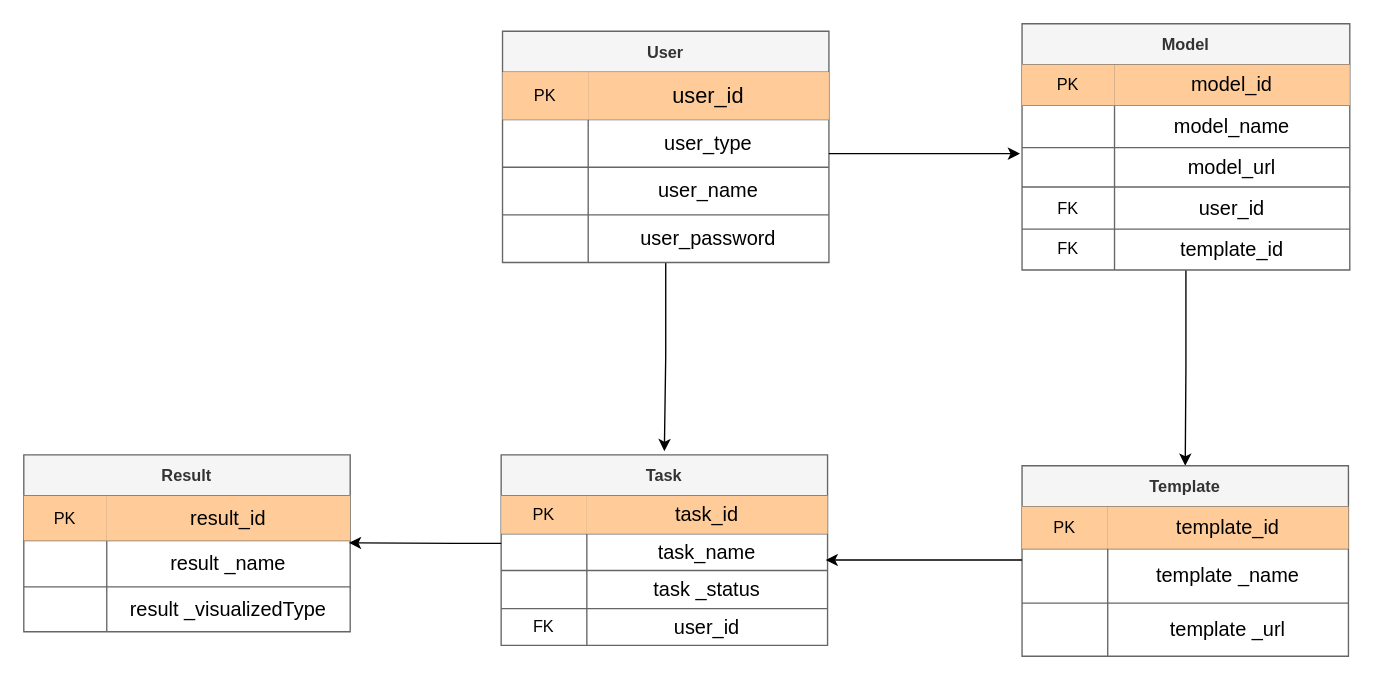
Before: table.drawio in liujing-maker/IDEA, a draw.io diagram. Source tidied: cells renumbered, new cells numbered last; positions are measured from the earlier drawing's top-left corner, leaving out a move shared by most shapes. Both pictures are drawn from the tidied source at 136%, with x=0, y=0 at pixel (23, 23).
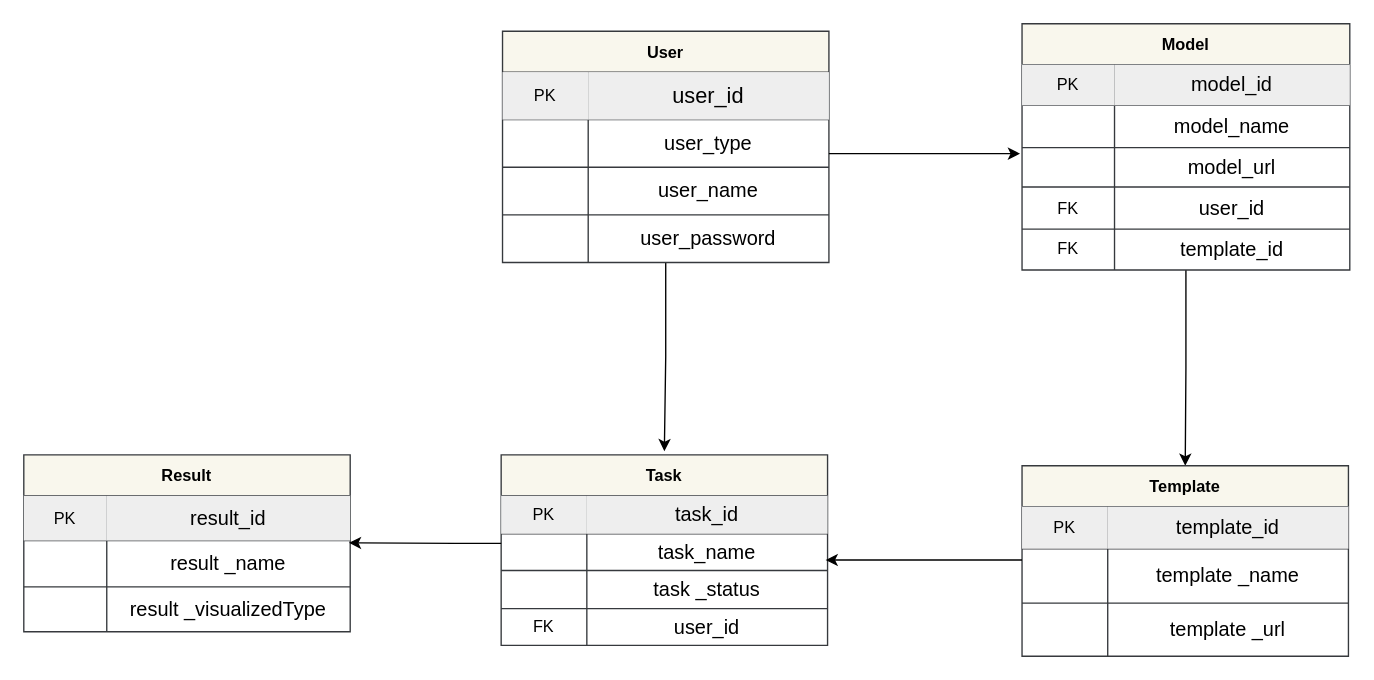
The same diagram, later.

The change refers to these unchanged cells:
```xml
<mxCell id="4" style="shape=tableRow;horizontal=0;startSize=0;swimlaneHead=0;swimlaneBody=0;strokeColor=inherit;top=0;left=0;bottom=0;right=0;fillColor=none;" parent="3" vertex="1">
  <mxGeometry y="30" width="240" height="35" as="geometry" />
</mxCell>
<mxCell id="18" style="shape=tableRow;horizontal=0;startSize=0;swimlaneHead=0;swimlaneBody=0;strokeColor=inherit;top=0;left=0;bottom=0;right=0;fillColor=none;" parent="17" vertex="1">
  <mxGeometry y="30" width="241" height="30" as="geometry" />
</mxCell>
<mxCell id="34" style="shape=tableRow;horizontal=0;startSize=0;swimlaneHead=0;swimlaneBody=0;strokeColor=inherit;top=0;left=0;bottom=0;right=0;fillColor=none;" parent="33" vertex="1">
  <mxGeometry y="30" width="240" height="28" as="geometry" />
</mxCell>
<mxCell id="47" style="shape=tableRow;horizontal=0;startSize=0;swimlaneHead=0;swimlaneBody=0;strokeColor=inherit;top=0;left=0;bottom=0;right=0;fillColor=none;" parent="46" vertex="1">
  <mxGeometry y="30" width="240" height="31" as="geometry" />
</mxCell>
<mxCell id="57" style="shape=tableRow;horizontal=0;startSize=0;swimlaneHead=0;swimlaneBody=0;strokeColor=inherit;top=0;left=0;bottom=0;right=0;fillColor=none;" parent="56" vertex="1">
  <mxGeometry y="30" width="240" height="33" as="geometry" />
</mxCell>
```

Change to the diagram source:
```diff
@@
-    <mxCell id="3" value="User" style="shape=table;startSize=30;childLayout=tableLayout;fontStyle=1;fillColor=#f5f5f5;fontColor=#333333;strokeColor=#666666;" parent="1" vertex="1">
+    <mxCell id="3" value="User" style="shape=table;startSize=30;childLayout=tableLayout;fontStyle=1;fillColor=#f9f7ed;strokeColor=#36393d;" parent="1" vertex="1">
       <mxGeometry x="352" y="5.5" width="240" height="170" as="geometry" />
     </mxCell>
@@
-    <mxCell id="5" value="PK" style="shape=partialRectangle;html=1;whiteSpace=wrap;strokeColor=#36393d;overflow=hidden;fillColor=#ffcc99;top=0;left=0;bottom=0;right=0;" parent="4" vertex="1">
+    <mxCell id="5" value="PK" style="shape=partialRectangle;html=1;whiteSpace=wrap;strokeColor=#36393d;overflow=hidden;fillColor=#eeeeee;top=0;left=0;bottom=0;right=0;" parent="4" vertex="1">
       <mxGeometry width="63" height="35" as="geometry" />
     </mxCell>
-    <mxCell id="6" value="&lt;span style=&quot;font-size:12.0pt;mso-bidi-font-size:&lt;br/&gt;10.5pt;font-family:宋体;mso-bidi-font-family:&amp;quot;Times New Roman&amp;quot;;mso-bidi-theme-font:&lt;br/&gt;minor-bidi;mso-ansi-language:EN-US;mso-fareast-language:ZH-CN;mso-bidi-language:&lt;br/&gt;AR-SA&quot; lang=&quot;EN-US&quot;&gt;user_id&lt;/span&gt;" style="shape=partialRectangle;html=1;whiteSpace=wrap;strokeColor=#36393d;overflow=hidden;fillColor=#ffcc99;top=0;left=0;bottom=0;right=0;" parent="4" vertex="1">
+    <mxCell id="6" value="&lt;span style=&quot;font-size:12.0pt;mso-bidi-font-size:&lt;br/&gt;10.5pt;font-family:宋体;mso-bidi-font-family:&amp;quot;Times New Roman&amp;quot;;mso-bidi-theme-font:&lt;br/&gt;minor-bidi;mso-ansi-language:EN-US;mso-fareast-language:ZH-CN;mso-bidi-language:&lt;br/&gt;AR-SA&quot; lang=&quot;EN-US&quot;&gt;user_id&lt;/span&gt;" style="shape=partialRectangle;html=1;whiteSpace=wrap;strokeColor=#36393d;overflow=hidden;fillColor=#eeeeee;top=0;left=0;bottom=0;right=0;" parent="4" vertex="1">
       <mxGeometry x="63" width="177" height="35" as="geometry" />
     </mxCell>
@@
-    <mxCell id="17" value="Model" style="shape=table;startSize=30;childLayout=tableLayout;fontStyle=1;fillColor=#f5f5f5;fontColor=#333333;strokeColor=#666666;" parent="1" vertex="1">
+    <mxCell id="17" value="Model" style="shape=table;startSize=30;childLayout=tableLayout;fontStyle=1;fillColor=#f9f7ed;strokeColor=#36393d;" parent="1" vertex="1">
       <mxGeometry x="734" width="241" height="181" as="geometry" />
     </mxCell>
@@
-    <mxCell id="19" value="PK" style="shape=partialRectangle;html=1;whiteSpace=wrap;strokeColor=#36393d;overflow=hidden;fillColor=#ffcc99;top=0;left=0;bottom=0;right=0;" parent="18" vertex="1">
+    <mxCell id="19" value="PK" style="shape=partialRectangle;html=1;whiteSpace=wrap;strokeColor=#36393d;overflow=hidden;fillColor=#eeeeee;top=0;left=0;bottom=0;right=0;" parent="18" vertex="1">
       <mxGeometry width="68" height="30" as="geometry" />
     </mxCell>
-    <mxCell id="20" value="&lt;span style=&quot;font-size: 14.6667px;&quot;&gt;model_id&lt;/span&gt;" style="shape=partialRectangle;html=1;whiteSpace=wrap;strokeColor=#36393d;overflow=hidden;fillColor=#ffcc99;top=0;left=0;bottom=0;right=0;" parent="18" vertex="1">
+    <mxCell id="20" value="&lt;span style=&quot;font-size: 14.6667px;&quot;&gt;model_id&lt;/span&gt;" style="shape=partialRectangle;html=1;whiteSpace=wrap;strokeColor=#36393d;overflow=hidden;fillColor=#eeeeee;top=0;left=0;bottom=0;right=0;" parent="18" vertex="1">
       <mxGeometry x="68" width="173" height="30" as="geometry" />
     </mxCell>
@@
-    <mxCell id="33" value="Task" style="shape=table;startSize=30;childLayout=tableLayout;fontStyle=1;fillColor=#f5f5f5;fontColor=#333333;strokeColor=#666666;" parent="1" vertex="1">
+    <mxCell id="33" value="Task" style="shape=table;startSize=30;childLayout=tableLayout;fontStyle=1;fillColor=#f9f7ed;strokeColor=#36393d;" parent="1" vertex="1">
       <mxGeometry x="351" y="317" width="240" height="140" as="geometry" />
     </mxCell>
@@
-    <mxCell id="35" value="PK" style="shape=partialRectangle;html=1;whiteSpace=wrap;strokeColor=#36393d;overflow=hidden;fillColor=#ffcc99;top=0;left=0;bottom=0;right=0;" parent="34" vertex="1">
+    <mxCell id="35" value="PK" style="shape=partialRectangle;html=1;whiteSpace=wrap;strokeColor=#36393d;overflow=hidden;fillColor=#eeeeee;top=0;left=0;bottom=0;right=0;" parent="34" vertex="1">
       <mxGeometry width="63" height="28" as="geometry" />
     </mxCell>
-    <mxCell id="36" value="&lt;span style=&quot;font-size: 11pt; font-family: 等线;&quot; lang=&quot;EN-US&quot;&gt;task_id&lt;/span&gt;" style="shape=partialRectangle;html=1;whiteSpace=wrap;strokeColor=#36393d;overflow=hidden;fillColor=#ffcc99;top=0;left=0;bottom=0;right=0;" parent="34" vertex="1">
+    <mxCell id="36" value="&lt;span style=&quot;font-size: 11pt; font-family: 等线;&quot; lang=&quot;EN-US&quot;&gt;task_id&lt;/span&gt;" style="shape=partialRectangle;html=1;whiteSpace=wrap;strokeColor=#36393d;overflow=hidden;fillColor=#eeeeee;top=0;left=0;bottom=0;right=0;" parent="34" vertex="1">
       <mxGeometry x="63" width="177" height="28" as="geometry" />
     </mxCell>
@@
-    <mxCell id="46" value="Template" style="shape=table;startSize=30;childLayout=tableLayout;fontStyle=1;labelBackgroundColor=none;fillColor=#f5f5f5;fontColor=#333333;strokeColor=#666666;" parent="1" vertex="1">
+    <mxCell id="46" value="Template" style="shape=table;startSize=30;childLayout=tableLayout;fontStyle=1;labelBackgroundColor=none;fillColor=#f9f7ed;strokeColor=#36393d;" parent="1" vertex="1">
       <mxGeometry x="734" y="325" width="240" height="140" as="geometry" />
     </mxCell>
@@
-    <mxCell id="48" value="PK" style="shape=partialRectangle;html=1;whiteSpace=wrap;strokeColor=#36393d;overflow=hidden;fillColor=#ffcc99;top=0;left=0;bottom=0;right=0;" parent="47" vertex="1">
+    <mxCell id="48" value="PK" style="shape=partialRectangle;html=1;whiteSpace=wrap;strokeColor=#36393d;overflow=hidden;fillColor=#eeeeee;top=0;left=0;bottom=0;right=0;" parent="47" vertex="1">
       <mxGeometry width="63" height="31" as="geometry" />
     </mxCell>
-    <mxCell id="49" value="&lt;span style=&quot;font-size: 11pt; font-family: 等线;&quot; lang=&quot;EN-US&quot;&gt;template_id&lt;/span&gt;" style="shape=partialRectangle;html=1;whiteSpace=wrap;strokeColor=#36393d;overflow=hidden;fillColor=#ffcc99;top=0;left=0;bottom=0;right=0;" parent="47" vertex="1">
+    <mxCell id="49" value="&lt;span style=&quot;font-size: 11pt; font-family: 等线;&quot; lang=&quot;EN-US&quot;&gt;template_id&lt;/span&gt;" style="shape=partialRectangle;html=1;whiteSpace=wrap;strokeColor=#36393d;overflow=hidden;fillColor=#eeeeee;top=0;left=0;bottom=0;right=0;" parent="47" vertex="1">
       <mxGeometry x="63" width="177" height="31" as="geometry" />
     </mxCell>
@@
-    <mxCell id="56" value="Result" style="shape=table;startSize=30;childLayout=tableLayout;fontStyle=1;fillColor=#f5f5f5;fontColor=#333333;strokeColor=#666666;" parent="1" vertex="1">
+    <mxCell id="56" value="Result" style="shape=table;startSize=30;childLayout=tableLayout;fontStyle=1;fillColor=#f9f7ed;strokeColor=#36393d;" parent="1" vertex="1">
       <mxGeometry y="317" width="240" height="130" as="geometry" />
     </mxCell>
@@
-    <mxCell id="58" value="PK" style="shape=partialRectangle;html=1;whiteSpace=wrap;strokeColor=#36393d;overflow=hidden;fillColor=#ffcc99;top=0;left=0;bottom=0;right=0;" parent="57" vertex="1">
+    <mxCell id="58" value="PK" style="shape=partialRectangle;html=1;whiteSpace=wrap;strokeColor=#36393d;overflow=hidden;fillColor=#eeeeee;top=0;left=0;bottom=0;right=0;" parent="57" vertex="1">
       <mxGeometry width="61" height="33" as="geometry" />
     </mxCell>
-    <mxCell id="59" value="&lt;span style=&quot;font-size: 11pt; font-family: 等线;&quot; lang=&quot;EN-US&quot;&gt;result_id&lt;/span&gt;" style="shape=partialRectangle;html=1;whiteSpace=wrap;strokeColor=#36393d;overflow=hidden;fillColor=#ffcc99;top=0;left=0;bottom=0;right=0;" parent="57" vertex="1">
+    <mxCell id="59" value="&lt;span style=&quot;font-size: 11pt; font-family: 等线;&quot; lang=&quot;EN-US&quot;&gt;result_id&lt;/span&gt;" style="shape=partialRectangle;html=1;whiteSpace=wrap;strokeColor=#36393d;overflow=hidden;fillColor=#eeeeee;top=0;left=0;bottom=0;right=0;" parent="57" vertex="1">
       <mxGeometry x="61" width="179" height="33" as="geometry" />
     </mxCell>
```
